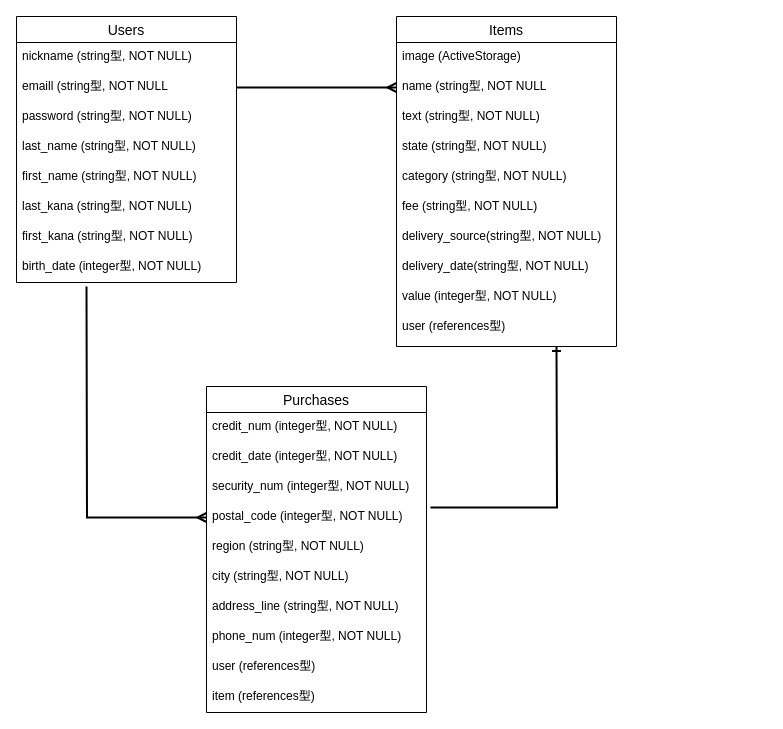
waka-syu/furima-17110 keeps this draw.io diagram as config/furima-17110.dio. Above is the earlier version. Source tidied: cells renumbered, new cells numbered last; positions are measured from the earlier drawing's top-left corner, leaving out a move shared by most shapes. Both pictures are drawn from the tidied source at 100%, with x=0, y=0 at pixel (16, 16).
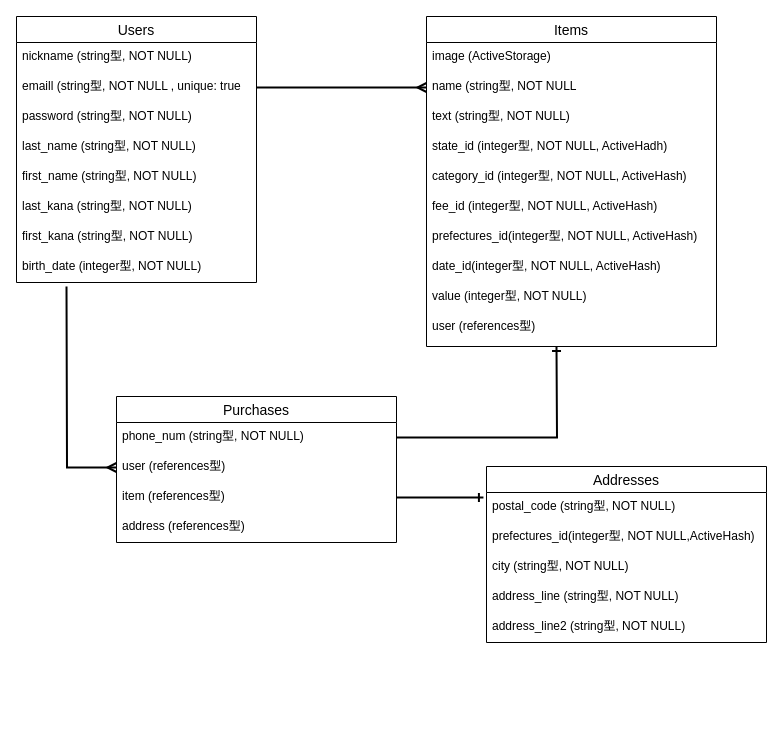
After the change.

Commit message (it also covers changes not shown here):
データベース修正

What changed in the source:
```diff
@@
     <mxCell id="2" value="Users" style="swimlane;fontStyle=0;horizontal=1;startSize=26;align=center;fontSize=14;" parent="1" vertex="1">
-      <mxGeometry width="220" height="266" as="geometry" />
+      <mxGeometry width="240" height="266" as="geometry" />
     </mxCell>
     <mxCell id="3" value="nickname (string型, NOT NULL)" style="text;strokeColor=none;fillColor=none;spacingLeft=4;spacingRight=4;overflow=hidden;fontSize=12;" parent="2" vertex="1">
-      <mxGeometry y="26" width="220" height="30" as="geometry" />
+      <mxGeometry y="26" width="240" height="30" as="geometry" />
     </mxCell>
-    <mxCell id="4" value="emaill (string型, NOT NULL " style="text;strokeColor=none;fillColor=none;spacingLeft=4;spacingRight=4;overflow=hidden;points=[[0,0.5],[1,0.5]];portConstraint=eastwest;fontSize=12;" parent="2" vertex="1">
-      <mxGeometry y="56" width="220" height="30" as="geometry" />
+    <mxCell id="4" value="emaill (string型, NOT NULL , unique: true" style="text;strokeColor=none;fillColor=none;spacingLeft=4;spacingRight=4;overflow=hidden;points=[[0,0.5],[1,0.5]];portConstraint=eastwest;fontSize=12;" parent="2" vertex="1">
+      <mxGeometry y="56" width="240" height="30" as="geometry" />
     </mxCell>
     <mxCell id="5" value="password (string型, NOT NULL)" style="text;strokeColor=none;fillColor=none;spacingLeft=4;spacingRight=4;overflow=hidden;fontSize=12;" parent="2" vertex="1">
-      <mxGeometry y="86" width="220" height="30" as="geometry" />
+      <mxGeometry y="86" width="240" height="30" as="geometry" />
     </mxCell>
     <mxCell id="6" value="last_name (string型, NOT NULL)" style="text;strokeColor=none;fillColor=none;spacingLeft=4;spacingRight=4;overflow=hidden;fontSize=12;" parent="2" vertex="1">
-      <mxGeometry y="116" width="220" height="30" as="geometry" />
+      <mxGeometry y="116" width="240" height="30" as="geometry" />
     </mxCell>
     <mxCell id="7" value="first_name (string型, NOT NULL)" style="text;strokeColor=none;fillColor=none;spacingLeft=4;spacingRight=4;overflow=hidden;fontSize=12;" parent="2" vertex="1">
-      <mxGeometry y="146" width="220" height="30" as="geometry" />
+      <mxGeometry y="146" width="240" height="30" as="geometry" />
     </mxCell>
     <mxCell id="8" value="last_kana (string型, NOT NULL)" style="text;strokeColor=none;fillColor=none;spacingLeft=4;spacingRight=4;overflow=hidden;fontSize=12;" parent="2" vertex="1">
-      <mxGeometry y="176" width="220" height="30" as="geometry" />
+      <mxGeometry y="176" width="240" height="30" as="geometry" />
     </mxCell>
     <mxCell id="9" value="first_kana (string型, NOT NULL)" style="text;strokeColor=none;fillColor=none;spacingLeft=4;spacingRight=4;overflow=hidden;fontSize=12;" parent="2" vertex="1">
-      <mxGeometry y="206" width="220" height="30" as="geometry" />
+      <mxGeometry y="206" width="240" height="30" as="geometry" />
     </mxCell>
     <mxCell id="10" value="birth_date (integer型, NOT NULL)" style="text;strokeColor=none;fillColor=none;spacingLeft=4;spacingRight=4;overflow=hidden;fontSize=12;" parent="2" vertex="1">
-      <mxGeometry y="236" width="220" height="30" as="geometry" />
+      <mxGeometry y="236" width="240" height="30" as="geometry" />
     </mxCell>
@@
     <mxCell id="12" value="Items" style="swimlane;fontStyle=0;horizontal=1;startSize=26;align=center;fontSize=14;" parent="1" vertex="1">
-      <mxGeometry x="380" width="220" height="330" as="geometry" />
+      <mxGeometry x="410" width="290" height="330" as="geometry" />
     </mxCell>
     <mxCell id="13" value="image (ActiveStorage)" style="text;strokeColor=none;fillColor=none;spacingLeft=4;spacingRight=4;overflow=hidden;fontSize=12;" parent="12" vertex="1">
-      <mxGeometry y="26" width="220" height="30" as="geometry" />
+      <mxGeometry y="26" width="290" height="30" as="geometry" />
     </mxCell>
     <mxCell id="14" value="name (string型, NOT NULL " style="text;strokeColor=none;fillColor=none;spacingLeft=4;spacingRight=4;overflow=hidden;points=[[0,0.5],[1,0.5]];portConstraint=eastwest;fontSize=12;" parent="12" vertex="1">
-      <mxGeometry y="56" width="220" height="30" as="geometry" />
+      <mxGeometry y="56" width="290" height="30" as="geometry" />
     </mxCell>
     <mxCell id="15" value="text (string型, NOT NULL)" style="text;strokeColor=none;fillColor=none;spacingLeft=4;spacingRight=4;overflow=hidden;fontSize=12;" parent="12" vertex="1">
-      <mxGeometry y="86" width="220" height="30" as="geometry" />
+      <mxGeometry y="86" width="290" height="30" as="geometry" />
     </mxCell>
-    <mxCell id="16" value="state (string型, NOT NULL)" style="text;strokeColor=none;fillColor=none;spacingLeft=4;spacingRight=4;overflow=hidden;fontSize=12;" parent="12" vertex="1">
-      <mxGeometry y="116" width="220" height="30" as="geometry" />
+    <mxCell id="16" value="state_id (integer型, NOT NULL, ActiveHadh)" style="text;strokeColor=none;fillColor=none;spacingLeft=4;spacingRight=4;overflow=hidden;fontSize=12;" parent="12" vertex="1">
+      <mxGeometry y="116" width="290" height="30" as="geometry" />
     </mxCell>
-    <mxCell id="17" value="category (string型, NOT NULL)" style="text;strokeColor=none;fillColor=none;spacingLeft=4;spacingRight=4;overflow=hidden;fontSize=12;" parent="12" vertex="1">
-      <mxGeometry y="146" width="220" height="30" as="geometry" />
+    <mxCell id="17" value="category_id (integer型, NOT NULL, ActiveHash)" style="text;strokeColor=none;fillColor=none;spacingLeft=4;spacingRight=4;overflow=hidden;fontSize=12;" parent="12" vertex="1">
+      <mxGeometry y="146" width="290" height="30" as="geometry" />
     </mxCell>
-    <mxCell id="18" value="fee (string型, NOT NULL)" style="text;strokeColor=none;fillColor=none;spacingLeft=4;spacingRight=4;overflow=hidden;fontSize=12;" parent="12" vertex="1">
-      <mxGeometry y="176" width="220" height="30" as="geometry" />
+    <mxCell id="18" value="fee_id (integer型, NOT NULL, ActiveHash)" style="text;strokeColor=none;fillColor=none;spacingLeft=4;spacingRight=4;overflow=hidden;fontSize=12;" parent="12" vertex="1">
+      <mxGeometry y="176" width="290" height="30" as="geometry" />
     </mxCell>
-    <mxCell id="19" value="delivery_source(string型, NOT NULL)" style="text;strokeColor=none;fillColor=none;spacingLeft=4;spacingRight=4;overflow=hidden;fontSize=12;" parent="12" vertex="1">
-      <mxGeometry y="206" width="220" height="30" as="geometry" />
+    <mxCell id="19" value="prefectures_id(integer型, NOT NULL, ActiveHash)" style="text;strokeColor=none;fillColor=none;spacingLeft=4;spacingRight=4;overflow=hidden;fontSize=12;" parent="12" vertex="1">
+      <mxGeometry y="206" width="290" height="30" as="geometry" />
     </mxCell>
-    <mxCell id="20" value="delivery_date(string型, NOT NULL)" style="text;strokeColor=none;fillColor=none;spacingLeft=4;spacingRight=4;overflow=hidden;fontSize=12;" parent="12" vertex="1">
-      <mxGeometry y="236" width="220" height="30" as="geometry" />
+    <mxCell id="20" value="date_id(integer型, NOT NULL, ActiveHash)" style="text;strokeColor=none;fillColor=none;spacingLeft=4;spacingRight=4;overflow=hidden;fontSize=12;" parent="12" vertex="1">
+      <mxGeometry y="236" width="290" height="30" as="geometry" />
     </mxCell>
     <mxCell id="21" value="value (integer型, NOT NULL)" style="text;strokeColor=none;fillColor=none;spacingLeft=4;spacingRight=4;overflow=hidden;fontSize=12;" parent="12" vertex="1">
-      <mxGeometry y="266" width="220" height="30" as="geometry" />
+      <mxGeometry y="266" width="290" height="30" as="geometry" />
     </mxCell>
     <mxCell id="22" value="user (references型)" style="text;strokeColor=none;fillColor=none;spacingLeft=4;spacingRight=4;overflow=hidden;fontSize=12;" parent="12" vertex="1">
-      <mxGeometry y="296" width="220" height="34" as="geometry" />
+      <mxGeometry y="296" width="290" height="34" as="geometry" />
     </mxCell>
     <mxCell id="23" value="Purchases" style="swimlane;fontStyle=0;horizontal=1;startSize=26;align=center;fontSize=14;" parent="1" vertex="1">
-      <mxGeometry x="190" y="370" width="220" height="326" as="geometry" />
+      <mxGeometry x="100" y="380" width="280" height="146" as="geometry" />
     </mxCell>
-    <mxCell id="24" value="credit_num (integer型, NOT NULL)" style="text;strokeColor=none;fillColor=none;spacingLeft=4;spacingRight=4;overflow=hidden;fontSize=12;" parent="23" vertex="1">
-      <mxGeometry y="26" width="220" height="30" as="geometry" />
-    </mxCell>
-    <mxCell id="25" value="credit_date (integer型, NOT NULL)" style="text;strokeColor=none;fillColor=none;spacingLeft=4;spacingRight=4;overflow=hidden;fontSize=12;" parent="23" vertex="1">
-      <mxGeometry y="56" width="220" height="30" as="geometry" />
-    </mxCell>
-    <mxCell id="26" value="security_num (integer型, NOT NULL)" style="text;strokeColor=none;fillColor=none;spacingLeft=4;spacingRight=4;overflow=hidden;fontSize=12;" parent="23" vertex="1">
-      <mxGeometry y="86" width="220" height="30" as="geometry" />
-    </mxCell>
-    <mxCell id="27" value="postal_code (integer型, NOT NULL)" style="text;strokeColor=none;fillColor=none;spacingLeft=4;spacingRight=4;overflow=hidden;points=[[0,0.5],[1,0.5]];portConstraint=eastwest;fontSize=12;" parent="23" vertex="1">
-      <mxGeometry y="116" width="220" height="30" as="geometry" />
-    </mxCell>
-    <mxCell id="28" value="region (string型, NOT NULL)" style="text;strokeColor=none;fillColor=none;spacingLeft=4;spacingRight=4;overflow=hidden;fontSize=12;" parent="23" vertex="1">
-      <mxGeometry y="146" width="220" height="30" as="geometry" />
-    </mxCell>
-    <mxCell id="29" value="city (string型, NOT NULL)" style="text;strokeColor=none;fillColor=none;spacingLeft=4;spacingRight=4;overflow=hidden;fontSize=12;" parent="23" vertex="1">
-      <mxGeometry y="176" width="220" height="30" as="geometry" />
-    </mxCell>
-    <mxCell id="30" value="address_line (string型, NOT NULL)" style="text;strokeColor=none;fillColor=none;spacingLeft=4;spacingRight=4;overflow=hidden;fontSize=12;" parent="23" vertex="1">
-      <mxGeometry y="206" width="220" height="30" as="geometry" />
-    </mxCell>
-    <mxCell id="31" value="phone_num (integer型, NOT NULL)" style="text;strokeColor=none;fillColor=none;spacingLeft=4;spacingRight=4;overflow=hidden;points=[[0,0.5],[1,0.5]];portConstraint=eastwest;fontSize=12;" parent="23" vertex="1">
-      <mxGeometry y="236" width="220" height="30" as="geometry" />
+    <mxCell id="31" value="phone_num (string型, NOT NULL)" style="text;strokeColor=none;fillColor=none;spacingLeft=4;spacingRight=4;overflow=hidden;points=[[0,0.5],[1,0.5]];portConstraint=eastwest;fontSize=12;" parent="23" vertex="1">
+      <mxGeometry y="26" width="280" height="30" as="geometry" />
     </mxCell>
     <mxCell id="32" value="user (references型)" style="text;strokeColor=none;fillColor=none;spacingLeft=4;spacingRight=4;overflow=hidden;points=[[0,0.5],[1,0.5]];portConstraint=eastwest;fontSize=12;" parent="23" vertex="1">
-      <mxGeometry y="266" width="220" height="30" as="geometry" />
+      <mxGeometry y="56" width="280" height="30" as="geometry" />
     </mxCell>
     <mxCell id="33" value="item (references型)" style="text;strokeColor=none;fillColor=none;spacingLeft=4;spacingRight=4;overflow=hidden;points=[[0,0.5],[1,0.5]];portConstraint=eastwest;fontSize=12;" parent="23" vertex="1">
-      <mxGeometry y="296" width="220" height="30" as="geometry" />
+      <mxGeometry y="86" width="280" height="30" as="geometry" />
     </mxCell>
+    <mxCell id="37" value="address (references型)" style="text;strokeColor=none;fillColor=none;spacingLeft=4;spacingRight=4;overflow=hidden;fontSize=12;" parent="23" vertex="1">
+      <mxGeometry y="116" width="280" height="30" as="geometry" />
+    </mxCell>
@@
-    <mxCell id="35" style="edgeStyle=orthogonalEdgeStyle;rounded=0;jettySize=auto;html=1;endArrow=ERone;endFill=0;strokeWidth=2;exitX=1.018;exitY=0.167;exitDx=0;exitDy=0;exitPerimeter=0;" parent="1" edge="1" source="27">
+    <mxCell id="35" style="edgeStyle=orthogonalEdgeStyle;rounded=0;jettySize=auto;html=1;endArrow=ERone;endFill=0;strokeWidth=2;exitX=1;exitY=0.5;exitDx=0;exitDy=0;" parent="1" edge="1" source="31">
       <mxGeometry relative="1" as="geometry">
         <mxPoint x="540" y="330" as="targetPoint" />
       </mxGeometry>
     </mxCell>
-    <mxCell id="36" style="edgeStyle=orthogonalEdgeStyle;rounded=0;jettySize=auto;html=1;endArrow=ERmany;endFill=0;strokeWidth=2;entryX=0;entryY=0.5;entryDx=0;entryDy=0;" parent="1" edge="1" target="27">
-      <mxGeometry relative="1" as="geometry">
-        <mxPoint x="70" y="270" as="sourcePoint" />
-      </mxGeometry>
-    </mxCell>
+    <mxCell id="38" value="Addresses" style="swimlane;fontStyle=0;horizontal=1;startSize=26;align=center;fontSize=14;" parent="1" vertex="1">
+      <mxGeometry x="470" y="450" width="280" height="176" as="geometry" />
+    </mxCell>
+    <mxCell id="39" value="postal_code (string型, NOT NULL)" style="text;strokeColor=none;fillColor=none;spacingLeft=4;spacingRight=4;overflow=hidden;points=[[0,0.5],[1,0.5]];portConstraint=eastwest;fontSize=12;" parent="38" vertex="1">
+      <mxGeometry y="26" width="280" height="30" as="geometry" />
+    </mxCell>
+    <mxCell id="40" value="prefectures_id(integer型, NOT NULL,ActiveHash)" style="text;strokeColor=none;fillColor=none;spacingLeft=4;spacingRight=4;overflow=hidden;fontSize=12;" parent="38" vertex="1">
+      <mxGeometry y="56" width="280" height="30" as="geometry" />
+    </mxCell>
+    <mxCell id="29" value="city (string型, NOT NULL)" style="text;strokeColor=none;fillColor=none;spacingLeft=4;spacingRight=4;overflow=hidden;fontSize=12;" parent="38" vertex="1">
+      <mxGeometry y="86" width="280" height="30" as="geometry" />
+    </mxCell>
+    <mxCell id="30" value="address_line (string型, NOT NULL)" style="text;strokeColor=none;fillColor=none;spacingLeft=4;spacingRight=4;overflow=hidden;fontSize=12;" parent="38" vertex="1">
+      <mxGeometry y="116" width="280" height="30" as="geometry" />
+    </mxCell>
+    <mxCell id="41" value="address_line2 (string型, NOT NULL)" style="text;strokeColor=none;fillColor=none;spacingLeft=4;spacingRight=4;overflow=hidden;fontSize=12;" parent="38" vertex="1">
+      <mxGeometry y="146" width="280" height="30" as="geometry" />
+    </mxCell>
+    <mxCell id="42" style="edgeStyle=orthogonalEdgeStyle;rounded=0;jettySize=auto;html=1;exitX=0;exitY=0.5;exitDx=0;exitDy=0;entryX=0;entryY=0.5;entryDx=0;entryDy=0;endArrow=ERmany;endFill=0;strokeWidth=2;" parent="1" edge="1" target="32">
+      <mxGeometry relative="1" as="geometry">
+        <mxPoint x="50" y="270" as="sourcePoint" />
+      </mxGeometry>
+    </mxCell>
+    <mxCell id="43" style="edgeStyle=orthogonalEdgeStyle;rounded=0;jettySize=auto;html=1;exitX=1;exitY=0.5;exitDx=0;exitDy=0;entryX=-0.011;entryY=0.167;entryDx=0;entryDy=0;entryPerimeter=0;endArrow=ERone;endFill=0;strokeWidth=2;" parent="1" edge="1" source="33" target="39">
+      <mxGeometry relative="1" as="geometry" />
+    </mxCell>
```
